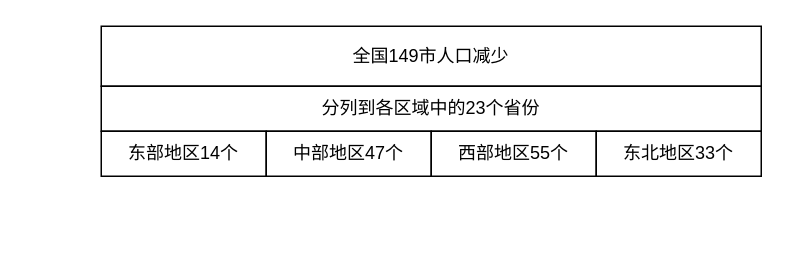
Earlier version of the draw.io diagram 人口迁徙.drawio (UTOUUCENTER-CD/Adv-Mathematics). Source tidied: cells renumbered, new cells numbered last; positions are measured from the earlier drawing's top-left corner, leaving out a move shared by most shapes. Both pictures are drawn from the tidied source at 150%, with x=0, y=0 at pixel (100, 26).
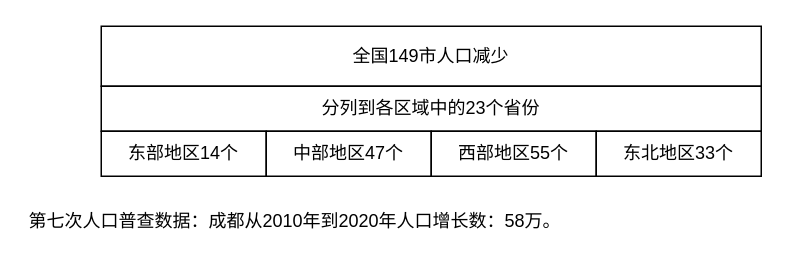
Above is the later version.

Change to the diagram source:
```diff
@@
 <mxGraphModel>
   <root>
     <mxCell id="0" />
     <mxCell id="1" parent="0" />
     <mxCell id="2" value="全国149市人口减少" style="rounded=0;whiteSpace=wrap;html=1;" parent="1" vertex="1">
       <mxGeometry width="440" height="40" as="geometry" />
     </mxCell>
     <mxCell id="3" value="分列到各区域中的23个省份" style="rounded=0;whiteSpace=wrap;html=1;" parent="1" vertex="1">
       <mxGeometry y="40" width="440" height="30" as="geometry" />
     </mxCell>
     <mxCell id="4" value="东部地区14个" style="rounded=0;whiteSpace=wrap;html=1;" parent="1" vertex="1">
       <mxGeometry y="70" width="110" height="30" as="geometry" />
     </mxCell>
     <mxCell id="5" value="中部地区47个" style="rounded=0;whiteSpace=wrap;html=1;" parent="1" vertex="1">
       <mxGeometry x="110" y="70" width="110" height="30" as="geometry" />
     </mxCell>
     <mxCell id="6" value="西部地区55个" style="rounded=0;whiteSpace=wrap;html=1;" parent="1" vertex="1">
       <mxGeometry x="220" y="70" width="110" height="30" as="geometry" />
     </mxCell>
     <mxCell id="7" value="东北地区33个" style="rounded=0;whiteSpace=wrap;html=1;" parent="1" vertex="1">
       <mxGeometry x="330" y="70" width="110" height="30" as="geometry" />
     </mxCell>
+    <mxCell id="8" value="第七次人口普查数据：成都从2010年到2020年人口增长数：58万。" style="text;html=1;align=left;verticalAlign=middle;strokeColor=none;" parent="1" vertex="1">
+      <mxGeometry x="-50" y="120" width="370" height="20" as="geometry" />
+    </mxCell>
   </root>
 </mxGraphModel>
```
